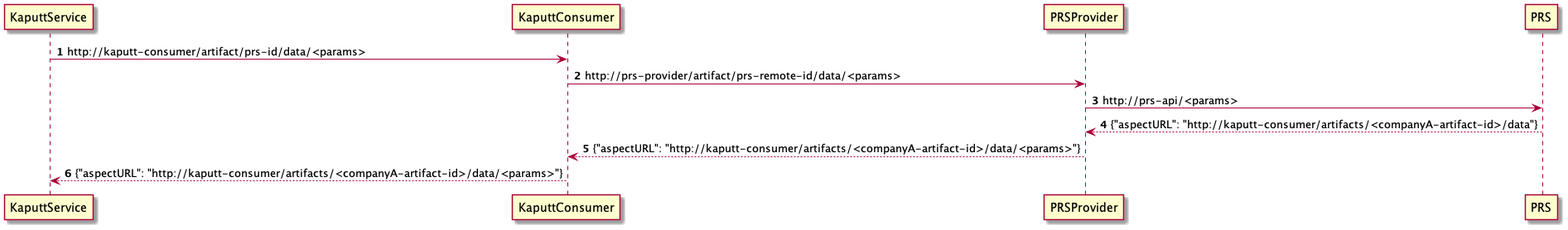
Before: documentation/architecture/diagrams/speedboat-get-aspect-url-sequence-diagram.png, a diagram exported from PlantUML (catenax/tractusx). Its diagram source:
```plantuml
@startuml

autonumber

KaputtService -> KaputtConsumer: http://kaputt-consumer/artifact/prs-id/data/<params>
KaputtConsumer -> PRSProvider: http://prs-provider/artifact/prs-remote-id/data/<params>
PRSProvider -> PRS: http://prs-api/<params>
PRSProvider <-- PRS: {"aspectURL": "http://kaputt-consumer/artifacts/<companyA-artifact-id>/data"}
KaputtConsumer <-- PRSProvider: {"aspectURL": "http://kaputt-consumer/artifacts/<companyA-artifact-id>/data/<params>"}
KaputtService <-- KaputtConsumer: {"aspectURL": "http://kaputt-consumer/artifacts/<companyA-artifact-id>/data/<params>"}
@enduml
```
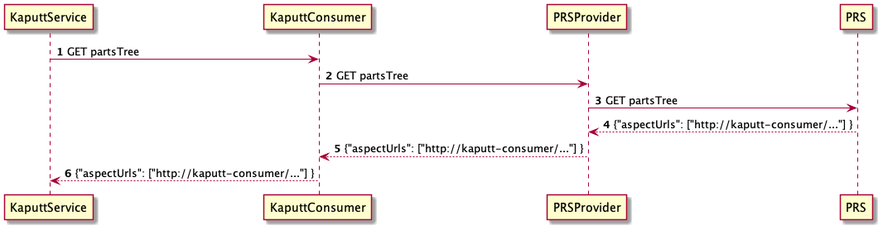
Above is the later version.

Commit message:
Improved sequence diagram.

The edit, as a diff of the source:
```diff
@@ -2,10 +2,10 @@
 
 autonumber
 
-KaputtService -> KaputtConsumer: http://kaputt-consumer/artifact/prs-id/data/<params>
-KaputtConsumer -> PRSProvider: http://prs-provider/artifact/prs-remote-id/data/<params>
-PRSProvider -> PRS: http://prs-api/<params>
-PRSProvider <-- PRS: {"aspectURL": "http://kaputt-consumer/artifacts/<companyA-artifact-id>/data"}
-KaputtConsumer <-- PRSProvider: {"aspectURL": "http://kaputt-consumer/artifacts/<companyA-artifact-id>/data/<params>"}
-KaputtService <-- KaputtConsumer: {"aspectURL": "http://kaputt-consumer/artifacts/<companyA-artifact-id>/data/<params>"}
+KaputtService -> KaputtConsumer: GET partsTree
+KaputtConsumer -> PRSProvider: GET partsTree
+PRSProvider -> PRS: GET partsTree
+PRSProvider <-- PRS: {"aspectUrls": ["http://kaputt-consumer/..."] }
+KaputtConsumer <-- PRSProvider: {"aspectUrls": ["http://kaputt-consumer/..."] }
+KaputtService <-- KaputtConsumer: {"aspectUrls": ["http://kaputt-consumer/..."] }
 @enduml
```
